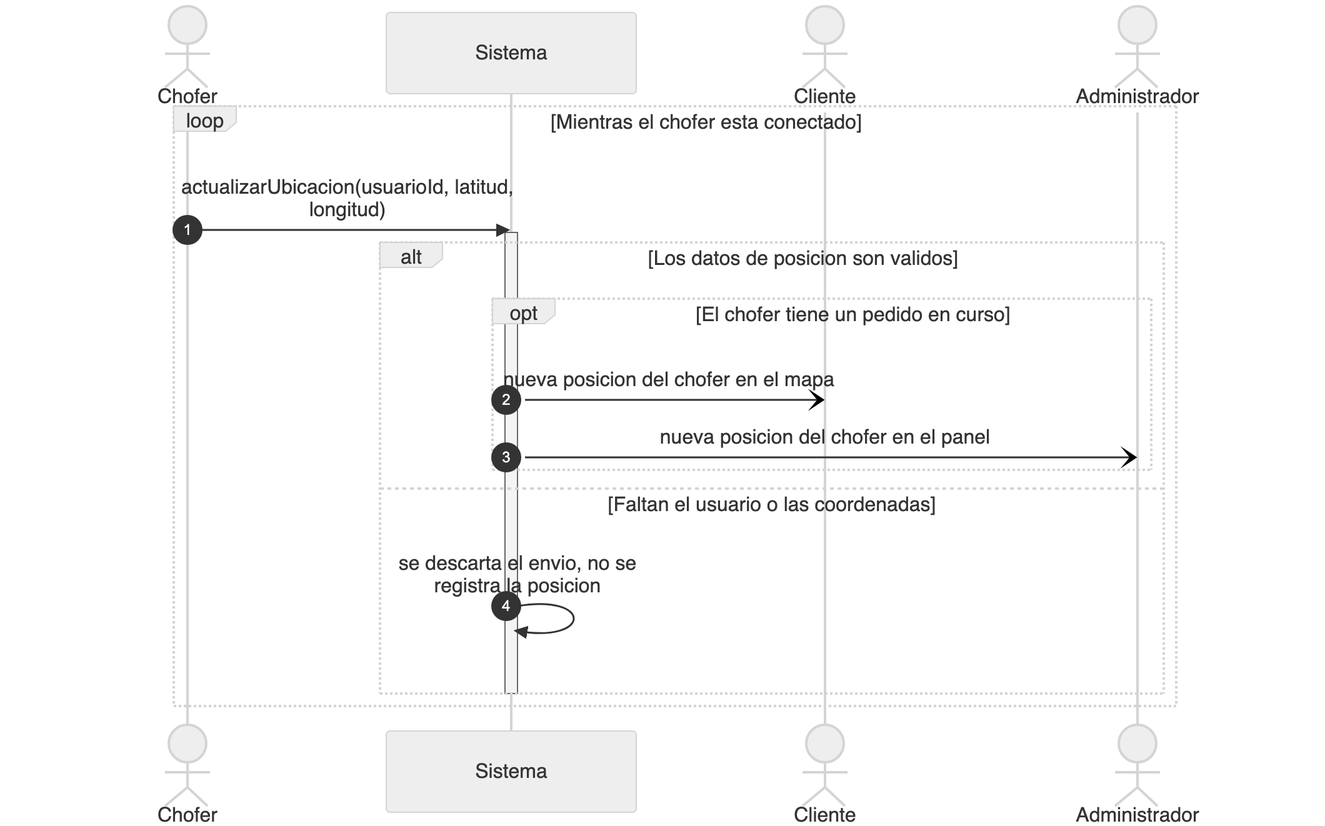
Before: diagramas/png/DSS_CU-017_Actualizar-Ubicacion-Gps-Del-Chofer.png, a diagram exported from Mermaid (Nahuelito-Dev/splg-docs). Its source is kept beside it as diagramas/DSS_CU-017_Actualizar-Ubicacion-Gps-Del-Chofer.mmd.
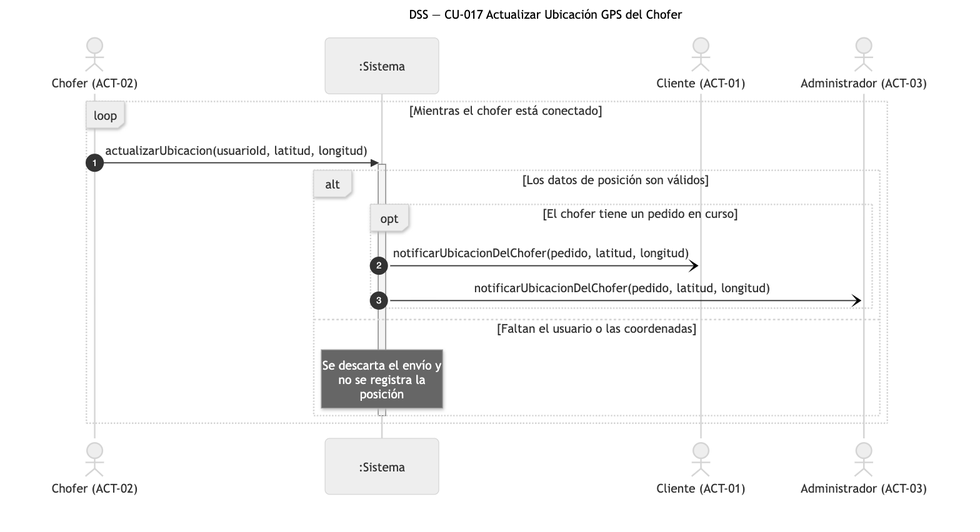
After the change.

What changed in the source:
```diff
@@ -1,21 +1,21 @@
 sequenceDiagram
-    title DSS — CU-017 Actualizar Ubicacion Gps Del Chofer
+    title DSS — CU-017 Actualizar Ubicación GPS del Chofer
     autonumber
-    actor CHO as Chofer
-    participant SIS as Sistema
-    actor CLI as Cliente
-    actor ADM as Administrador
+    actor CHO as Chofer (ACT-02)
+    participant SIS as :Sistema
+    actor CLI as Cliente (ACT-01)
+    actor ADM as Administrador (ACT-03)
 
-    loop Mientras el chofer esta conectado
+    loop Mientras el chofer está conectado
         CHO->>SIS: actualizarUbicacion(usuarioId, latitud, longitud)
         activate SIS
-        alt Los datos de posicion son validos
+        alt Los datos de posición son válidos
             opt El chofer tiene un pedido en curso
-                SIS-)CLI: nueva posicion del chofer en el mapa
-                SIS-)ADM: nueva posicion del chofer en el panel
+                SIS-)CLI: notificarUbicacionDelChofer(pedido, latitud, longitud)
+                SIS-)ADM: notificarUbicacionDelChofer(pedido, latitud, longitud)
             end
         else Faltan el usuario o las coordenadas
-            SIS->>SIS: se descarta el envio, no se registra la posicion
+            Note over SIS: Se descarta el envío y<br/>no se registra la<br/>posición
         end
         deactivate SIS
     end
```
